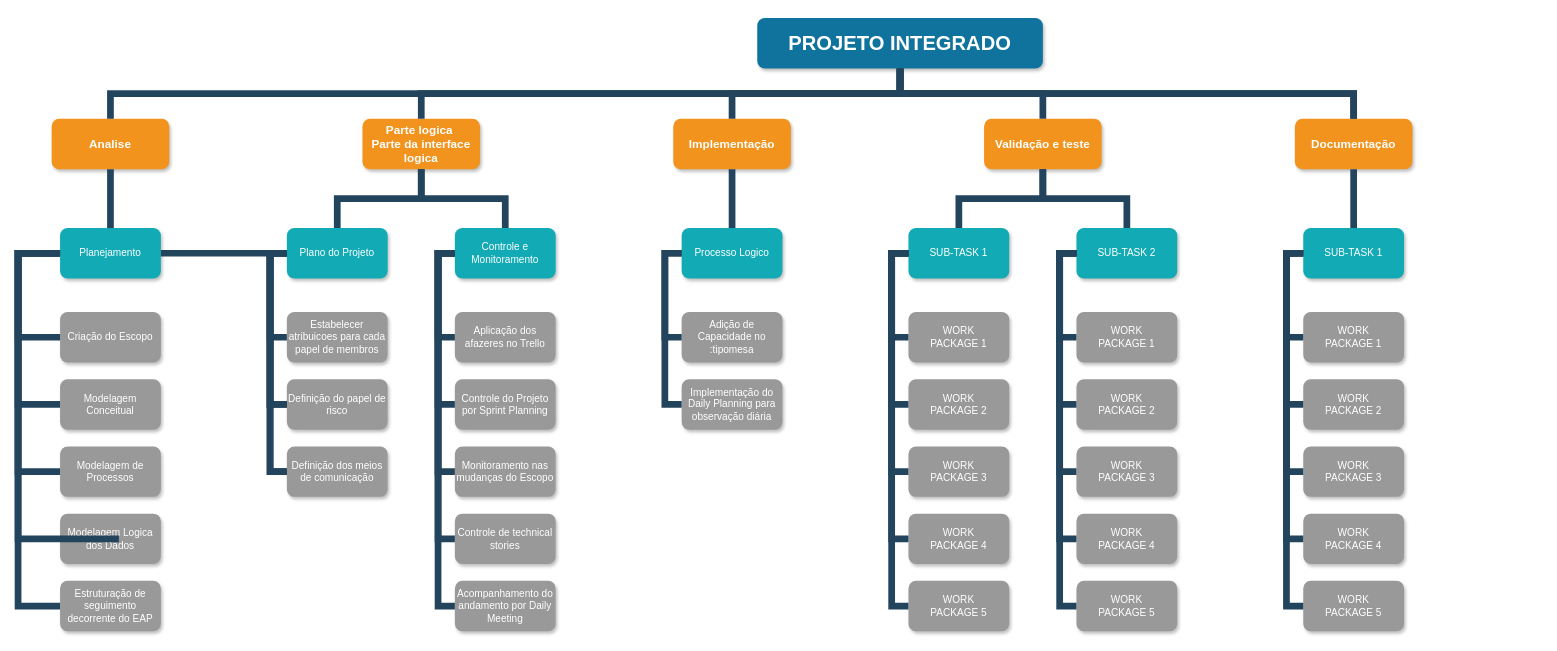
Above: Diagrama EAP.drawio in bielrocca/drawio_projeto (draw.io), before the change. Source tidied: cells renumbered, new cells numbered last; positions are measured from the earlier drawing's top-left corner, leaving out a move shared by most shapes. Both pictures are drawn from the tidied source at 84%, with x=0, y=0 at pixel (18, 18).
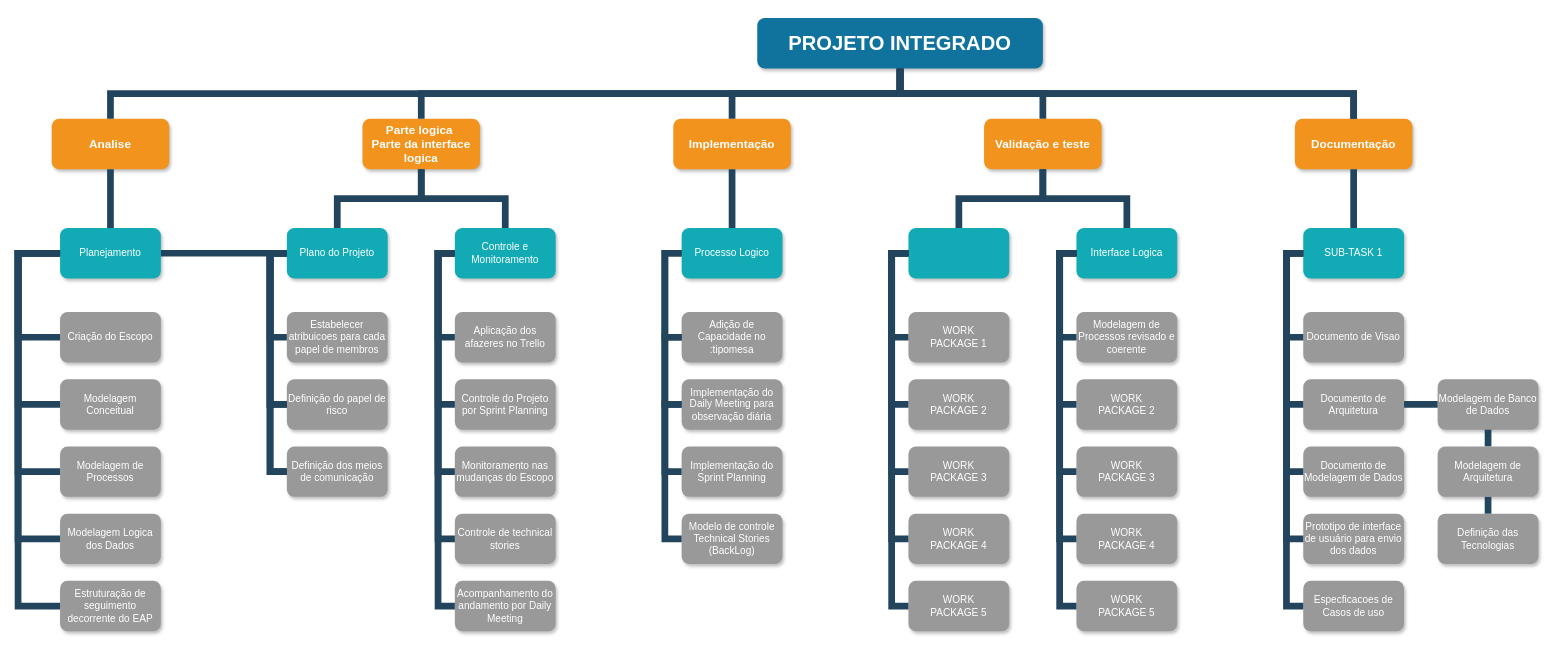
The same page after the edit.

Change to the diagram source:
```diff
@@
     <mxCell id="28" style="edgeStyle=elbowEdgeStyle;elbow=horizontal;rounded=0;fontColor=#000000;endArrow=none;endFill=0;strokeWidth=8;strokeColor=#23445D;" parent="1" edge="1">
       <mxGeometry relative="1" as="geometry">
         <mxPoint x="50" y="280" as="sourcePoint" />
-        <mxPoint x="120" y="620" as="targetPoint" />
+        <mxPoint x="50" y="620" as="targetPoint" />
         <Array as="points">
           <mxPoint y="360" />
         </Array>
       </mxGeometry>
     </mxCell>
@@
-    <mxCell id="44" value="Implementação do Daily Planning para observação diária" style="whiteSpace=wrap;rounded=1;fillColor=#999999;strokeColor=none;shadow=1;fontColor=#FFFFFF;fontStyle=0;" parent="1" vertex="1">
+    <mxCell id="44" value="Implementação do Daily Meeting para observação diária" style="whiteSpace=wrap;rounded=1;fillColor=#999999;strokeColor=none;shadow=1;fontColor=#FFFFFF;fontStyle=0;" parent="1" vertex="1">
       <mxGeometry x="790" y="430" width="120" height="60" as="geometry" />
     </mxCell>
@@
-    <mxCell id="47" value="SUB-TASK 1" style="whiteSpace=wrap;rounded=1;fillColor=#12AAB5;strokeColor=none;shadow=1;fontColor=#FFFFFF;" parent="1" vertex="1">
+    <mxCell id="47" style="whiteSpace=wrap;rounded=1;fillColor=#12AAB5;strokeColor=none;shadow=1;fontColor=#FFFFFF;" parent="1" vertex="1">
       <mxGeometry x="1060" y="250" width="120" height="60" as="geometry" />
     </mxCell>
-    <mxCell id="48" value="SUB-TASK 2" style="whiteSpace=wrap;rounded=1;fillColor=#12AAB5;strokeColor=none;shadow=1;fontColor=#FFFFFF;" parent="1" vertex="1">
+    <mxCell id="48" value="Interface Logica" style="whiteSpace=wrap;rounded=1;fillColor=#12AAB5;strokeColor=none;shadow=1;fontColor=#FFFFFF;" parent="1" vertex="1">
       <mxGeometry x="1260" y="250" width="120" height="60" as="geometry" />
     </mxCell>
@@
-    <mxCell id="54" value="WORK&#10;PACKAGE 1" style="whiteSpace=wrap;rounded=1;fillColor=#999999;strokeColor=none;shadow=1;fontColor=#FFFFFF;fontStyle=0;" parent="1" vertex="1">
+    <mxCell id="54" value="Modelagem de Processos revisado e coerente" style="whiteSpace=wrap;rounded=1;fillColor=#999999;strokeColor=none;shadow=1;fontColor=#FFFFFF;fontStyle=0;" parent="1" vertex="1">
       <mxGeometry x="1260" y="350" width="120" height="60" as="geometry" />
     </mxCell>
@@
-    <mxCell id="70" value="WORK&#10;PACKAGE 1" style="whiteSpace=wrap;rounded=1;fillColor=#999999;strokeColor=none;shadow=1;fontColor=#FFFFFF;fontStyle=0;" parent="1" vertex="1">
+    <mxCell id="70" value="Documento de Visao" style="whiteSpace=wrap;rounded=1;fillColor=#999999;strokeColor=none;shadow=1;fontColor=#FFFFFF;fontStyle=0;" parent="1" vertex="1">
       <mxGeometry x="1530" y="350" width="120" height="60" as="geometry" />
     </mxCell>
-    <mxCell id="71" value="WORK&#10;PACKAGE 2" style="whiteSpace=wrap;rounded=1;fillColor=#999999;strokeColor=none;shadow=1;fontColor=#FFFFFF;fontStyle=0;" parent="1" vertex="1">
+    <mxCell id="71" value="Documento de Arquitetura" style="whiteSpace=wrap;rounded=1;fillColor=#999999;strokeColor=none;shadow=1;fontColor=#FFFFFF;fontStyle=0;" parent="1" vertex="1">
       <mxGeometry x="1530" y="430" width="120" height="60" as="geometry" />
     </mxCell>
-    <mxCell id="72" value="WORK&#10;PACKAGE 3" style="whiteSpace=wrap;rounded=1;fillColor=#999999;strokeColor=none;shadow=1;fontColor=#FFFFFF;fontStyle=0;" parent="1" vertex="1">
+    <mxCell id="72" value="Documento de Modelagem de Dados" style="whiteSpace=wrap;rounded=1;fillColor=#999999;strokeColor=none;shadow=1;fontColor=#FFFFFF;fontStyle=0;" parent="1" vertex="1">
       <mxGeometry x="1530" y="510" width="120" height="60" as="geometry" />
     </mxCell>
-    <mxCell id="73" value="WORK&#10;PACKAGE 4" style="whiteSpace=wrap;rounded=1;fillColor=#999999;strokeColor=none;shadow=1;fontColor=#FFFFFF;fontStyle=0;" parent="1" vertex="1">
+    <mxCell id="73" value="Prototipo de interface de usuário para envio dos dados " style="whiteSpace=wrap;rounded=1;fillColor=#999999;strokeColor=none;shadow=1;fontColor=#FFFFFF;fontStyle=0;" parent="1" vertex="1">
       <mxGeometry x="1530" y="590" width="120" height="60" as="geometry" />
     </mxCell>
-    <mxCell id="74" value="WORK&#10;PACKAGE 5" style="whiteSpace=wrap;rounded=1;fillColor=#999999;strokeColor=none;shadow=1;fontColor=#FFFFFF;fontStyle=0;" parent="1" vertex="1">
+    <mxCell id="74" value="Especficacoes de Casos de uso" style="whiteSpace=wrap;rounded=1;fillColor=#999999;strokeColor=none;shadow=1;fontColor=#FFFFFF;fontStyle=0;" parent="1" vertex="1">
       <mxGeometry x="1530" y="670" width="120" height="60" as="geometry" />
     </mxCell>
@@
+    <mxCell id="92" value="Implementação do Sprint Planning" style="whiteSpace=wrap;rounded=1;fillColor=#999999;strokeColor=none;shadow=1;fontColor=#FFFFFF;fontStyle=0;" parent="1" vertex="1">
+      <mxGeometry x="790" y="510" width="120" height="60" as="geometry" />
+    </mxCell>
+    <mxCell id="93" style="edgeStyle=elbowEdgeStyle;elbow=horizontal;rounded=0;fontColor=#000000;endArrow=none;endFill=0;strokeWidth=8;strokeColor=#23445D;entryX=0;entryY=0.5;entryDx=0;entryDy=0;" parent="1" edge="1" target="92">
+      <mxGeometry relative="1" as="geometry">
+        <mxPoint x="790" y="380" as="sourcePoint" />
+        <Array as="points">
+          <mxPoint x="770" y="500" />
+          <mxPoint x="760" y="520" />
+          <mxPoint x="670" y="470" />
+        </Array>
+      </mxGeometry>
+    </mxCell>
+    <mxCell id="94" value="Modelo de controle Technical Stories (BackLog)" style="whiteSpace=wrap;rounded=1;fillColor=#999999;strokeColor=none;shadow=1;fontColor=#FFFFFF;fontStyle=0;" parent="1" vertex="1">
+      <mxGeometry x="790" y="590" width="120" height="60" as="geometry" />
+    </mxCell>
+    <mxCell id="95" style="edgeStyle=elbowEdgeStyle;elbow=horizontal;rounded=0;fontColor=#000000;endArrow=none;endFill=0;strokeWidth=8;strokeColor=#23445D;entryX=0;entryY=0.5;entryDx=0;entryDy=0;" parent="1" edge="1">
+      <mxGeometry relative="1" as="geometry">
+        <mxPoint x="790" y="460" as="sourcePoint" />
+        <mxPoint x="790" y="620" as="targetPoint" />
+        <Array as="points">
+          <mxPoint x="770" y="580" />
+          <mxPoint x="760" y="600" />
+          <mxPoint x="670" y="550" />
+        </Array>
+      </mxGeometry>
+    </mxCell>
+    <mxCell id="96" value="Modelagem de Banco de Dados" style="whiteSpace=wrap;rounded=1;fillColor=#999999;strokeColor=none;shadow=1;fontColor=#FFFFFF;fontStyle=0;" parent="1" vertex="1">
+      <mxGeometry x="1690" y="430" width="120" height="60" as="geometry" />
+    </mxCell>
+    <mxCell id="97" style="edgeStyle=elbowEdgeStyle;elbow=horizontal;rounded=0;fontColor=#000000;endArrow=none;endFill=0;strokeWidth=8;strokeColor=#23445D;entryX=0;entryY=0.5;entryDx=0;entryDy=0;exitX=1;exitY=0.5;exitDx=0;exitDy=0;" parent="1" edge="1" source="71" target="96">
+      <mxGeometry relative="1" as="geometry">
+        <Array as="points">
+          <mxPoint x="1670" y="460" />
+          <mxPoint x="1780" y="470" />
+          <mxPoint x="1690" y="320" />
+        </Array>
+      </mxGeometry>
+    </mxCell>
+    <mxCell id="98" style="edgeStyle=elbowEdgeStyle;elbow=horizontal;rounded=0;fontColor=#000000;endArrow=none;endFill=0;strokeWidth=8;strokeColor=#23445D;entryX=0.5;entryY=1;entryDx=0;entryDy=0;" parent="1" edge="1" target="96">
+      <mxGeometry relative="1" as="geometry">
+        <mxPoint x="1750" y="510" as="sourcePoint" />
+      </mxGeometry>
+    </mxCell>
+    <mxCell id="99" value="Modelagem de Arquitetura" style="whiteSpace=wrap;rounded=1;fillColor=#999999;strokeColor=none;shadow=1;fontColor=#FFFFFF;fontStyle=0;" parent="1" vertex="1">
+      <mxGeometry x="1690" y="510" width="120" height="60" as="geometry" />
+    </mxCell>
+    <mxCell id="100" value="Definição das Tecnologias" style="whiteSpace=wrap;rounded=1;fillColor=#999999;strokeColor=none;shadow=1;fontColor=#FFFFFF;fontStyle=0;" parent="1" vertex="1">
+      <mxGeometry x="1690" y="590" width="120" height="60" as="geometry" />
+    </mxCell>
+    <mxCell id="101" style="edgeStyle=elbowEdgeStyle;elbow=horizontal;rounded=0;fontColor=#000000;endArrow=none;endFill=0;strokeWidth=8;strokeColor=#23445D;entryX=0.5;entryY=1;entryDx=0;entryDy=0;exitX=0.5;exitY=0;exitDx=0;exitDy=0;" parent="1" edge="1" source="100" target="99">
+      <mxGeometry relative="1" as="geometry" />
+    </mxCell>
```
